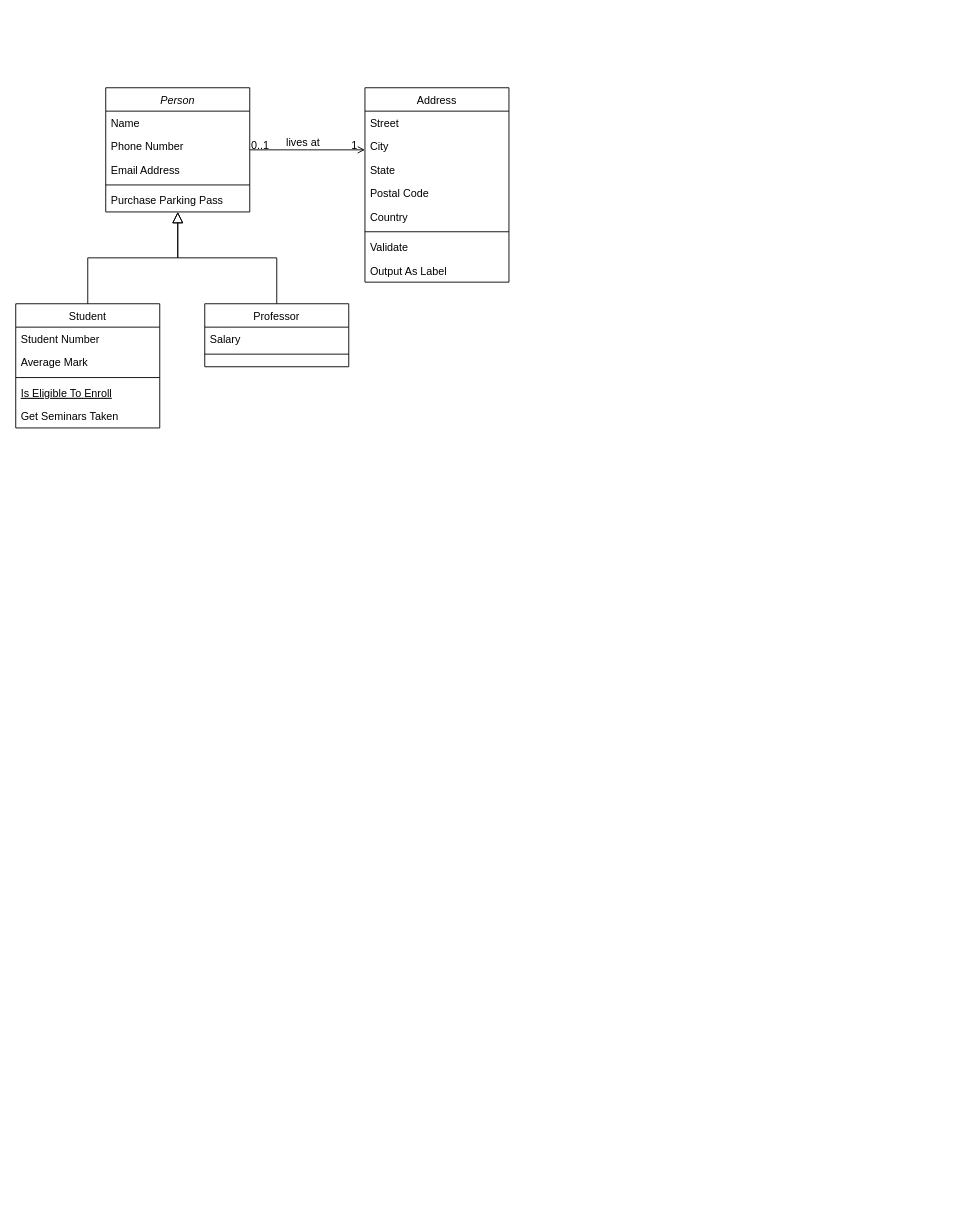
Before: Diagramme planning.drawio in NicolasNegrier/planning, a draw.io diagram. Source tidied: cells renumbered, new cells numbered last; positions are measured from the earlier drawing's top-left corner, leaving out a move shared by most shapes. Both pictures are drawn from the tidied source at 90%, with x=0, y=0 at pixel (15, 87).
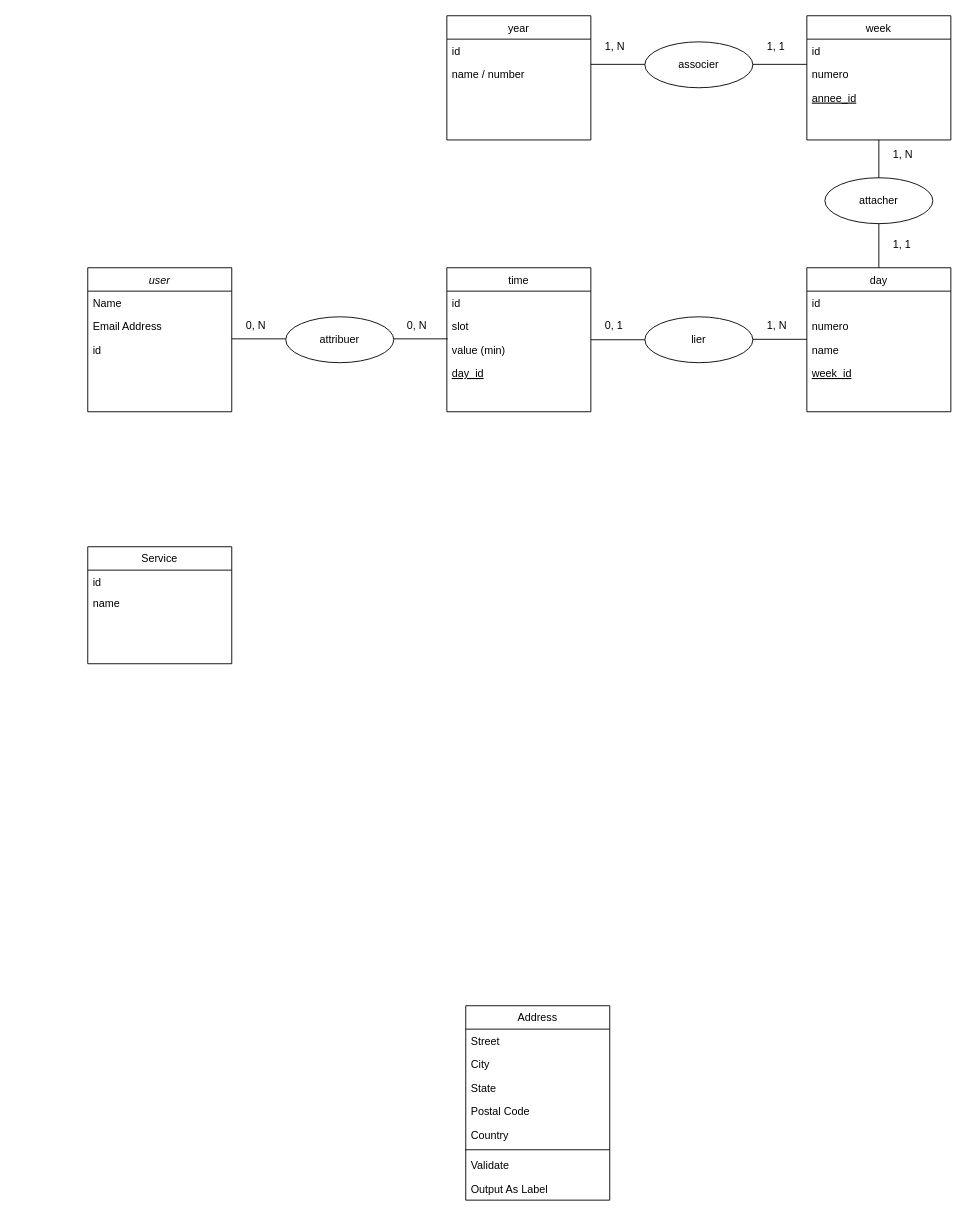
After the change.

Commit message:
Mettre à jour Diagramme planning.drawio

Diff of the diagram source:
```diff
@@
-    <mxCell id="2" value="Person" style="swimlane;fontStyle=2;align=center;verticalAlign=top;horizontal=1;startSize=26;rounded=0;shadow=0;strokeWidth=1;" parent="1" vertex="1">
-      <mxGeometry x="100" width="160" height="138" as="geometry" />
+    <mxCell id="2" value="user" style="swimlane;fontStyle=2;align=center;verticalAlign=top;horizontal=1;startSize=26;rounded=0;shadow=0;strokeWidth=1;" parent="1" vertex="1">
+      <mxGeometry x="80" y="200" width="160" height="160" as="geometry" />
     </mxCell>
@@
-    <mxCell id="4" value="Phone Number" style="text;align=left;verticalAlign=top;spacingLeft=4;spacingRight=4;overflow=hidden;rounded=0;shadow=0;html=0;" parent="2" vertex="1">
-      <mxGeometry y="52" width="160" height="26" as="geometry" />
-    </mxCell>
     <mxCell id="5" value="Email Address" style="text;align=left;verticalAlign=top;spacingLeft=4;spacingRight=4;overflow=hidden;rounded=0;shadow=0;html=0;" parent="2" vertex="1">
-      <mxGeometry y="78" width="160" height="26" as="geometry" />
+      <mxGeometry y="52" width="160" height="26" as="geometry" />
     </mxCell>
-    <mxCell id="6" style="line;html=1;strokeWidth=1;align=left;verticalAlign=middle;spacingTop=-1;spacingLeft=3;spacingRight=3;labelPosition=right;" parent="2" vertex="1">
-      <mxGeometry y="104" width="160" height="8" as="geometry" />
-    </mxCell>
-    <mxCell id="7" value="Purchase Parking Pass" style="text;align=left;verticalAlign=top;spacingLeft=4;spacingRight=4;overflow=hidden;" parent="2" vertex="1">
-      <mxGeometry y="112" width="160" height="26" as="geometry" />
-    </mxCell>
+    <mxCell id="32" value="id" style="text;align=left;verticalAlign=top;spacingLeft=4;spacingRight=4;overflow=hidden;" parent="2" vertex="1">
+      <mxGeometry y="78" width="160" height="24" as="geometry" />
+    </mxCell>
-    <mxCell id="8" value="Student" style="swimlane;fontStyle=0;align=center;verticalAlign=top;horizontal=1;startSize=26;rounded=0;shadow=0;strokeWidth=1;" parent="1" vertex="1">
-      <mxGeometry y="240" width="160" height="138" as="geometry" />
+    <mxCell id="8" value="week" style="swimlane;fontStyle=0;align=center;verticalAlign=top;horizontal=1;startSize=26;rounded=0;shadow=0;strokeWidth=1;" parent="1" vertex="1">
+      <mxGeometry x="879" y="-80" width="160" height="138" as="geometry" />
     </mxCell>
-    <mxCell id="9" value="Student Number" style="text;align=left;verticalAlign=top;spacingLeft=4;spacingRight=4;overflow=hidden;" parent="8" vertex="1">
+    <mxCell id="9" value="id" style="text;align=left;verticalAlign=top;spacingLeft=4;spacingRight=4;overflow=hidden;" parent="8" vertex="1">
       <mxGeometry y="26" width="160" height="26" as="geometry" />
     </mxCell>
-    <mxCell id="10" value="Average Mark" style="text;align=left;verticalAlign=top;spacingLeft=4;spacingRight=4;overflow=hidden;rounded=0;shadow=0;html=0;" parent="8" vertex="1">
+    <mxCell id="10" value="numero" style="text;align=left;verticalAlign=top;spacingLeft=4;spacingRight=4;overflow=hidden;rounded=0;shadow=0;html=0;" parent="8" vertex="1">
       <mxGeometry y="52" width="160" height="26" as="geometry" />
     </mxCell>
-    <mxCell id="11" style="line;html=1;strokeWidth=1;align=left;verticalAlign=middle;spacingTop=-1;spacingLeft=3;spacingRight=3;labelPosition=right;" parent="8" vertex="1">
-      <mxGeometry y="78" width="160" height="8" as="geometry" />
-    </mxCell>
-    <mxCell id="12" value="Is Eligible To Enroll" style="text;align=left;verticalAlign=top;spacingLeft=4;spacingRight=4;overflow=hidden;fontStyle=4;" parent="8" vertex="1">
-      <mxGeometry y="86" width="160" height="26" as="geometry" />
+    <mxCell id="12" value="annee_id" style="text;align=left;verticalAlign=top;spacingLeft=4;spacingRight=4;overflow=hidden;fontStyle=4;" parent="8" vertex="1">
+      <mxGeometry y="78" width="160" height="26" as="geometry" />
     </mxCell>
-    <mxCell id="13" value="Get Seminars Taken" style="text;align=left;verticalAlign=top;spacingLeft=4;spacingRight=4;overflow=hidden;" parent="8" vertex="1">
-      <mxGeometry y="112" width="160" height="26" as="geometry" />
-    </mxCell>
-    <mxCell id="14" style="endArrow=block;endSize=10;endFill=0;shadow=0;strokeWidth=1;rounded=0;edgeStyle=elbowEdgeStyle;elbow=vertical;" parent="1" edge="1" source="8" target="2">
-      <mxGeometry relative="1" as="geometry" />
-    </mxCell>
-    <mxCell id="15" value="Professor" style="swimlane;fontStyle=0;align=center;verticalAlign=top;horizontal=1;startSize=26;rounded=0;shadow=0;strokeWidth=1;" parent="1" vertex="1">
-      <mxGeometry x="210" y="240" width="160" height="70" as="geometry" />
+    <mxCell id="15" value="Service" style="swimlane;fontStyle=0;align=center;verticalAlign=top;horizontal=1;startSize=26;rounded=0;shadow=0;strokeWidth=1;" parent="1" vertex="1">
+      <mxGeometry x="80" y="510" width="160" height="130" as="geometry" />
     </mxCell>
-    <mxCell id="16" value="Salary" style="text;align=left;verticalAlign=top;spacingLeft=4;spacingRight=4;overflow=hidden;" parent="15" vertex="1">
-      <mxGeometry y="26" width="160" height="26" as="geometry" />
+    <mxCell id="16" value="id" style="text;align=left;verticalAlign=top;spacingLeft=4;spacingRight=4;overflow=hidden;" parent="15" vertex="1">
+      <mxGeometry y="26" width="160" height="24" as="geometry" />
     </mxCell>
-    <mxCell id="17" style="line;html=1;strokeWidth=1;align=left;verticalAlign=middle;spacingTop=-1;spacingLeft=3;spacingRight=3;labelPosition=right;" parent="15" vertex="1">
-      <mxGeometry y="52" width="160" height="8" as="geometry" />
-    </mxCell>
-    <mxCell id="18" style="endArrow=block;endSize=10;endFill=0;shadow=0;strokeWidth=1;rounded=0;edgeStyle=elbowEdgeStyle;elbow=vertical;" parent="1" edge="1" source="15" target="2">
-      <mxGeometry relative="1" as="geometry" />
-    </mxCell>
+    <mxCell id="33" value="name" style="text;align=left;verticalAlign=top;spacingLeft=4;spacingRight=4;overflow=hidden;" parent="15" vertex="1">
+      <mxGeometry y="50" width="160" height="24" as="geometry" />
+    </mxCell>
     <mxCell id="19" value="Address" style="swimlane;fontStyle=0;align=center;verticalAlign=top;horizontal=1;startSize=26;rounded=0;shadow=0;strokeWidth=1;" parent="1" vertex="1">
-      <mxGeometry x="388" width="160" height="216" as="geometry" />
+      <mxGeometry x="500" y="1020" width="160" height="216" as="geometry" />
     </mxCell>
@@
-    <mxCell id="28" style="endArrow=open;shadow=0;strokeWidth=1;rounded=0;endFill=1;edgeStyle=elbowEdgeStyle;elbow=vertical;" parent="1" edge="1" source="2" target="19">
-      <mxGeometry x="0.5" y="41" relative="1" as="geometry">
-        <mxPoint x="-40" y="32" as="offset" />
-      </mxGeometry>
-    </mxCell>
-    <mxCell id="29" value="0..1" style="align=left;verticalAlign=bottom;labelBackgroundColor=none;fontSize=12;" parent="28" vertex="1">
-      <mxGeometry x="-1" relative="1" as="geometry">
-        <mxPoint y="4" as="offset" />
-      </mxGeometry>
-    </mxCell>
-    <mxCell id="30" value="1" style="align=right;verticalAlign=bottom;labelBackgroundColor=none;fontSize=12;" parent="28" vertex="1">
-      <mxGeometry x="1" relative="1" as="geometry">
-        <mxPoint x="-7" y="4" as="offset" />
-      </mxGeometry>
-    </mxCell>
-    <mxCell id="31" value="lives at" style="text;html=1;align=center;verticalAlign=middle;labelBackgroundColor=none;rounded=0;shadow=0;strokeWidth=1;fontSize=12;" parent="28" vertex="1">
-      <mxGeometry x="0.5" y="49" relative="1" as="geometry">
-        <mxPoint x="-38" y="40" as="offset" />
-      </mxGeometry>
-    </mxCell>
+    <mxCell id="34" value="year" style="swimlane;fontStyle=0;align=center;verticalAlign=top;horizontal=1;startSize=26;rounded=0;shadow=0;strokeWidth=1;" parent="1" vertex="1">
+      <mxGeometry x="479" y="-80" width="160" height="138" as="geometry" />
+    </mxCell>
+    <mxCell id="35" value="id" style="text;align=left;verticalAlign=top;spacingLeft=4;spacingRight=4;overflow=hidden;" parent="34" vertex="1">
+      <mxGeometry y="26" width="160" height="26" as="geometry" />
+    </mxCell>
+    <mxCell id="36" value="name / number" style="text;align=left;verticalAlign=top;spacingLeft=4;spacingRight=4;overflow=hidden;rounded=0;shadow=0;html=0;" parent="34" vertex="1">
+      <mxGeometry y="52" width="160" height="26" as="geometry" />
+    </mxCell>
+    <mxCell id="37" value="day" style="swimlane;fontStyle=0;align=center;verticalAlign=top;horizontal=1;startSize=26;rounded=0;shadow=0;strokeWidth=1;" parent="1" vertex="1">
+      <mxGeometry x="879" y="200" width="160" height="160" as="geometry" />
+    </mxCell>
+    <mxCell id="38" value="id" style="text;align=left;verticalAlign=top;spacingLeft=4;spacingRight=4;overflow=hidden;" parent="37" vertex="1">
+      <mxGeometry y="26" width="160" height="26" as="geometry" />
+    </mxCell>
+    <mxCell id="39" value="numero" style="text;align=left;verticalAlign=top;spacingLeft=4;spacingRight=4;overflow=hidden;rounded=0;shadow=0;html=0;" parent="37" vertex="1">
+      <mxGeometry y="52" width="160" height="26" as="geometry" />
+    </mxCell>
+    <mxCell id="40" value="name" style="text;align=left;verticalAlign=top;spacingLeft=4;spacingRight=4;overflow=hidden;rounded=0;shadow=0;html=0;" parent="37" vertex="1">
+      <mxGeometry y="78" width="160" height="26" as="geometry" />
+    </mxCell>
+    <mxCell id="41" value="week_id" style="text;align=left;verticalAlign=top;spacingLeft=4;spacingRight=4;overflow=hidden;fontStyle=4;" parent="37" vertex="1">
+      <mxGeometry y="104" width="160" height="26" as="geometry" />
+    </mxCell>
+    <mxCell id="42" value="time" style="swimlane;fontStyle=0;align=center;verticalAlign=top;horizontal=1;startSize=26;rounded=0;shadow=0;strokeWidth=1;" parent="1" vertex="1">
+      <mxGeometry x="479" y="200" width="160" height="160" as="geometry" />
+    </mxCell>
+    <mxCell id="43" value="id" style="text;align=left;verticalAlign=top;spacingLeft=4;spacingRight=4;overflow=hidden;" parent="42" vertex="1">
+      <mxGeometry y="26" width="160" height="26" as="geometry" />
+    </mxCell>
+    <mxCell id="44" value="slot" style="text;align=left;verticalAlign=top;spacingLeft=4;spacingRight=4;overflow=hidden;rounded=0;shadow=0;html=0;" parent="42" vertex="1">
+      <mxGeometry y="52" width="160" height="26" as="geometry" />
+    </mxCell>
+    <mxCell id="45" value="value (min)" style="text;align=left;verticalAlign=top;spacingLeft=4;spacingRight=4;overflow=hidden;rounded=0;shadow=0;html=0;" parent="42" vertex="1">
+      <mxGeometry y="78" width="160" height="26" as="geometry" />
+    </mxCell>
+    <mxCell id="46" value="day_id" style="text;align=left;verticalAlign=top;spacingLeft=4;spacingRight=4;overflow=hidden;fontStyle=4;" parent="42" vertex="1">
+      <mxGeometry y="104" width="160" height="26" as="geometry" />
+    </mxCell>
+    <mxCell id="47" value="associer" style="ellipse;whiteSpace=wrap;html=1;" parent="1" vertex="1">
+      <mxGeometry x="699" y="-51" width="120" height="51" as="geometry" />
+    </mxCell>
+    <mxCell id="48" value="lier" style="ellipse;whiteSpace=wrap;html=1;" parent="1" vertex="1">
+      <mxGeometry x="699" y="254.5" width="120" height="51" as="geometry" />
+    </mxCell>
+    <mxCell id="49" value="attacher" style="ellipse;whiteSpace=wrap;html=1;" parent="1" vertex="1">
+      <mxGeometry x="899" y="100" width="120" height="51" as="geometry" />
+    </mxCell>
+    <mxCell id="50" style="endArrow=none;html=1;rounded=0;exitX=1;exitY=0.5;exitDx=0;exitDy=0;entryX=0;entryY=0.5;entryDx=0;entryDy=0;" parent="1" edge="1" source="42" target="48">
+      <mxGeometry relative="1" as="geometry" />
+    </mxCell>
+    <mxCell id="51" style="endArrow=none;html=1;rounded=0;exitX=1;exitY=0.5;exitDx=0;exitDy=0;entryX=0;entryY=0.5;entryDx=0;entryDy=0;" parent="1" edge="1">
+      <mxGeometry relative="1" as="geometry">
+        <mxPoint x="819" y="279.5" as="sourcePoint" />
+        <mxPoint x="879" y="279.5" as="targetPoint" />
+      </mxGeometry>
+    </mxCell>
+    <mxCell id="52" style="endArrow=none;html=1;rounded=0;exitX=1;exitY=0.5;exitDx=0;exitDy=0;entryX=0;entryY=0.5;entryDx=0;entryDy=0;" parent="1" edge="1">
+      <mxGeometry relative="1" as="geometry">
+        <mxPoint x="639" y="-26" as="sourcePoint" />
+        <mxPoint x="699" y="-26" as="targetPoint" />
+      </mxGeometry>
+    </mxCell>
+    <mxCell id="53" style="endArrow=none;html=1;rounded=0;exitX=1;exitY=0.5;exitDx=0;exitDy=0;entryX=0;entryY=0.5;entryDx=0;entryDy=0;" parent="1" edge="1">
+      <mxGeometry relative="1" as="geometry">
+        <mxPoint x="819" y="-26" as="sourcePoint" />
+        <mxPoint x="879" y="-26" as="targetPoint" />
+      </mxGeometry>
+    </mxCell>
+    <mxCell id="54" style="endArrow=none;html=1;rounded=0;exitX=0.5;exitY=1;exitDx=0;exitDy=0;" parent="1" edge="1" source="8" target="49">
+      <mxGeometry relative="1" as="geometry" />
+    </mxCell>
+    <mxCell id="55" style="endArrow=none;html=1;rounded=0;exitX=0.5;exitY=1;exitDx=0;exitDy=0;" parent="1" edge="1" source="49" target="37">
+      <mxGeometry relative="1" as="geometry" />
+    </mxCell>
+    <mxCell id="56" value="0, 1" style="text;strokeColor=none;fillColor=none;align=left;verticalAlign=middle;spacingLeft=4;spacingRight=4;overflow=hidden;whiteSpace=wrap;html=1;" parent="1" vertex="1">
+      <mxGeometry x="649" y="250" width="50" height="30" as="geometry" />
+    </mxCell>
+    <mxCell id="57" value="1, N" style="text;strokeColor=none;fillColor=none;align=left;verticalAlign=middle;spacingLeft=4;spacingRight=4;overflow=hidden;whiteSpace=wrap;html=1;" parent="1" vertex="1">
+      <mxGeometry x="829" y="250" width="50" height="30" as="geometry" />
+    </mxCell>
+    <mxCell id="58" value="1, 1" style="text;strokeColor=none;fillColor=none;align=left;verticalAlign=middle;spacingLeft=4;spacingRight=4;overflow=hidden;whiteSpace=wrap;html=1;" parent="1" vertex="1">
+      <mxGeometry x="969" y="160" width="50" height="30" as="geometry" />
+    </mxCell>
+    <mxCell id="59" value="1, N" style="text;strokeColor=none;fillColor=none;align=left;verticalAlign=middle;spacingLeft=4;spacingRight=4;overflow=hidden;whiteSpace=wrap;html=1;" parent="1" vertex="1">
+      <mxGeometry x="969" y="60" width="50" height="30" as="geometry" />
+    </mxCell>
+    <mxCell id="60" value="1, 1" style="text;strokeColor=none;fillColor=none;align=left;verticalAlign=middle;spacingLeft=4;spacingRight=4;overflow=hidden;whiteSpace=wrap;html=1;" parent="1" vertex="1">
+      <mxGeometry x="829" y="-60" width="50" height="30" as="geometry" />
+    </mxCell>
+    <mxCell id="61" value="1, N" style="text;strokeColor=none;fillColor=none;align=left;verticalAlign=middle;spacingLeft=4;spacingRight=4;overflow=hidden;whiteSpace=wrap;html=1;" parent="1" vertex="1">
+      <mxGeometry x="649" y="-60" width="50" height="30" as="geometry" />
+    </mxCell>
+    <mxCell id="62" value="attribuer" style="ellipse;whiteSpace=wrap;html=1;" parent="1" vertex="1">
+      <mxGeometry x="300" y="254.5" width="120" height="51" as="geometry" />
+    </mxCell>
+    <mxCell id="63" style="endArrow=none;html=1;rounded=0;exitX=1;exitY=0.5;exitDx=0;exitDy=0;entryX=0;entryY=0.5;entryDx=0;entryDy=0;" parent="1" edge="1">
+      <mxGeometry relative="1" as="geometry">
+        <mxPoint x="240" y="279" as="sourcePoint" />
+        <mxPoint x="300" y="279" as="targetPoint" />
+      </mxGeometry>
+    </mxCell>
+    <mxCell id="64" style="endArrow=none;html=1;rounded=0;exitX=1;exitY=0.5;exitDx=0;exitDy=0;entryX=0;entryY=0.5;entryDx=0;entryDy=0;" parent="1" edge="1">
+      <mxGeometry relative="1" as="geometry">
+        <mxPoint x="420" y="279" as="sourcePoint" />
+        <mxPoint x="480" y="279" as="targetPoint" />
+      </mxGeometry>
+    </mxCell>
+    <mxCell id="65" value="0, N" style="text;strokeColor=none;fillColor=none;align=left;verticalAlign=middle;spacingLeft=4;spacingRight=4;overflow=hidden;whiteSpace=wrap;html=1;" parent="1" vertex="1">
+      <mxGeometry x="250" y="250" width="50" height="30" as="geometry" />
+    </mxCell>
+    <mxCell id="66" value="0, N" style="text;strokeColor=none;fillColor=none;align=left;verticalAlign=middle;spacingLeft=4;spacingRight=4;overflow=hidden;whiteSpace=wrap;html=1;" parent="1" vertex="1">
+      <mxGeometry x="429" y="250" width="50" height="30" as="geometry" />
+    </mxCell>
```
